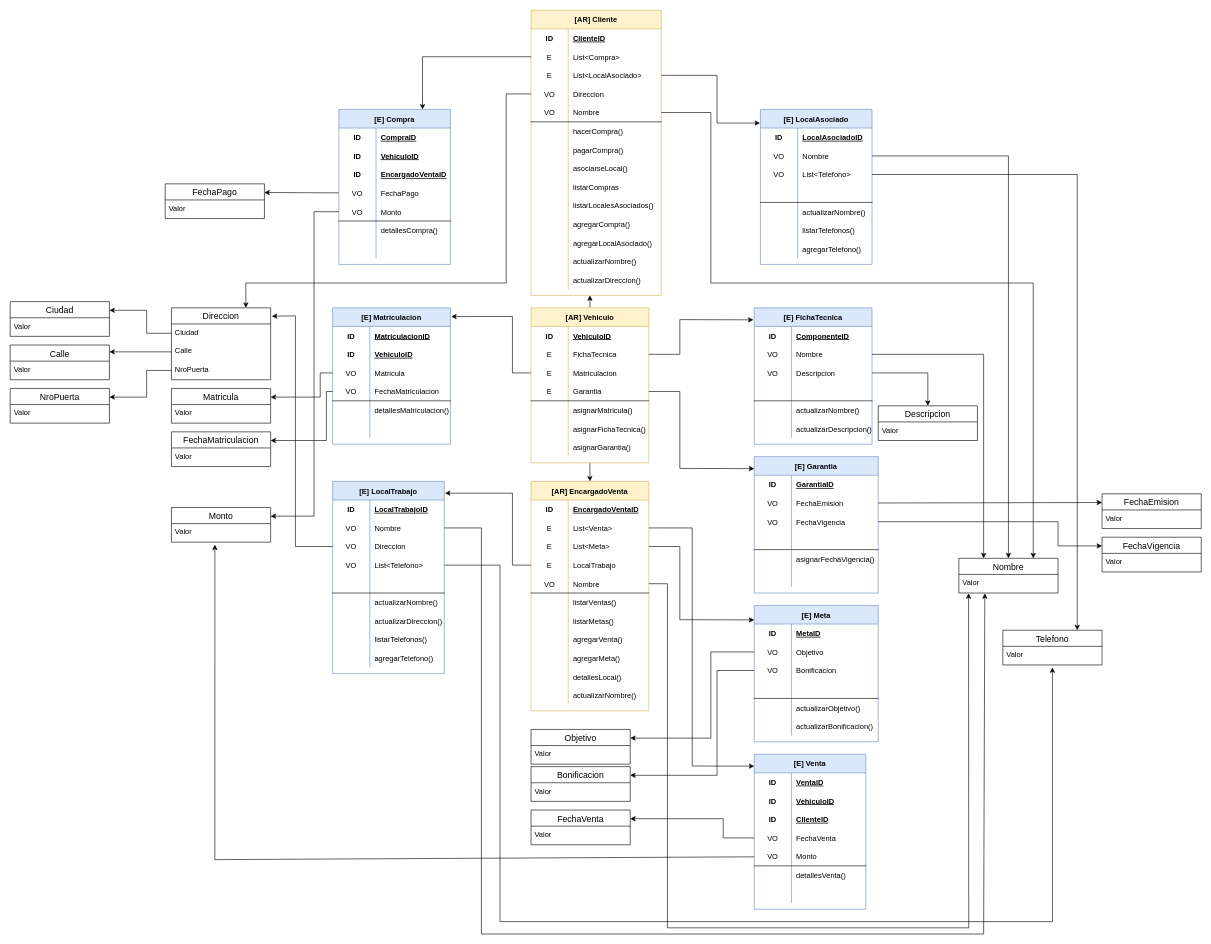
Above: page "Modelo de dominio" (2 of 3) of Reto Final DDD.drawio in HenryFerreira/Reto-Final-DDD (draw.io), before the change. Source tidied: cells renumbered, new cells numbered last; positions are measured from the earlier drawing's top-left corner, leaving out a move shared by most shapes. Both pictures are drawn from the tidied source at 62%, with x=0, y=0 at pixel (10, 10).
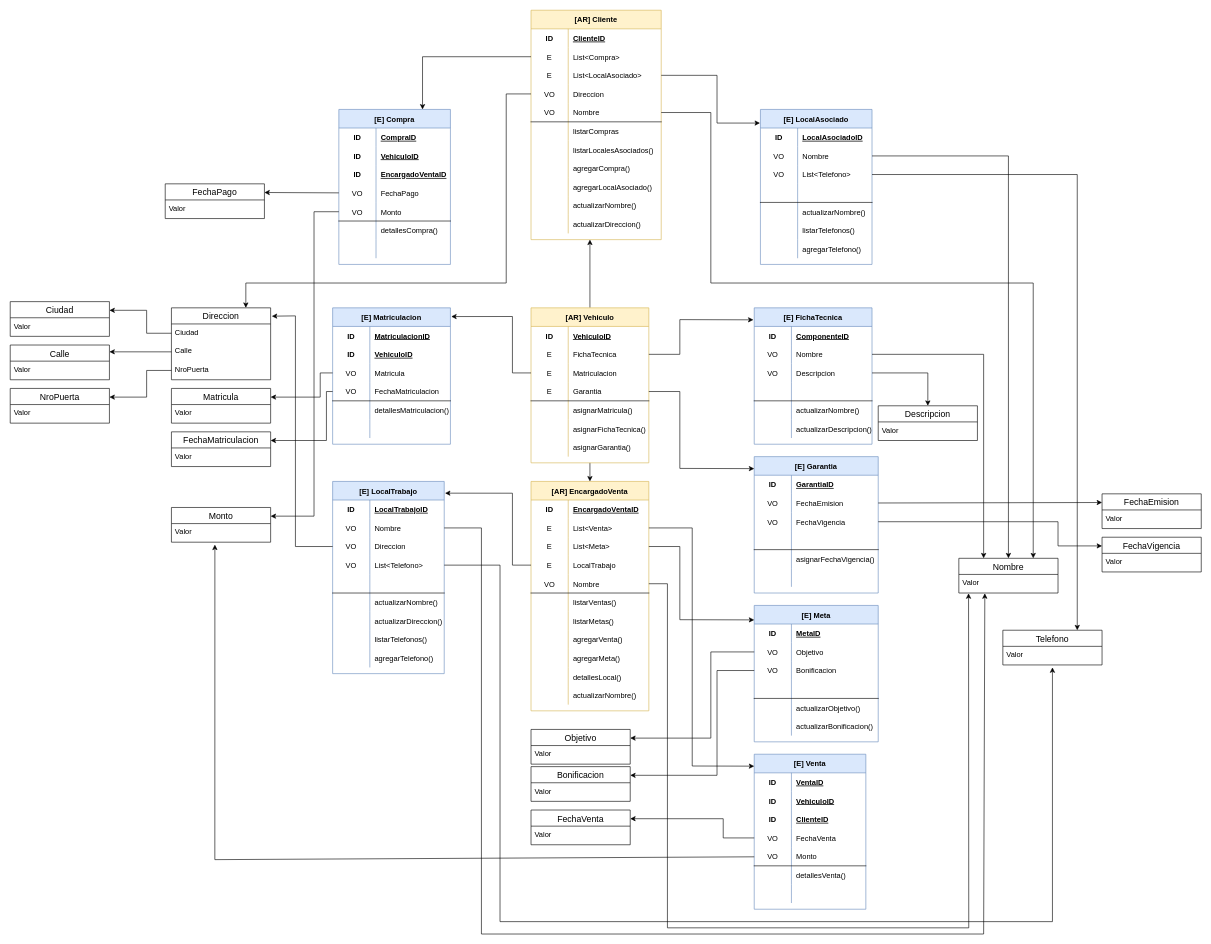
The same diagram, later.

Commit message (it also covers changes not shown here):
Se implementaron los metodos del [AR] Cliente y se modifico el Modelo de dominio

Unchanged cells that the change refers to:
```xml
<mxCell id="47" value="[AR] Vehiculo" style="shape=table;startSize=30;childLayout=tableLayout;rowLines=0;fontStyle=1;align=center;fillColor=#fff2cc;strokeColor=#d6b656;" parent="1" vertex="1">
  <mxGeometry x="840" y="480" width="190" height="250" as="geometry" />
</mxCell>
```

What changed in the source:
```diff
@@
     <mxCell id="2" value="[AR] Cliente" style="shape=table;startSize=30;childLayout=tableLayout;rowLines=0;fontStyle=1;align=center;fillColor=#fff2cc;strokeColor=#d6b656;" parent="1" vertex="1">
-      <mxGeometry x="840" width="210" height="460" as="geometry" />
+      <mxGeometry x="840" width="210" height="370" as="geometry" />
     </mxCell>
@@
-    <mxCell id="18" style="shape=tableRow;horizontal=0;startSize=0;swimlaneHead=0;swimlaneBody=0;fillColor=none;top=0;left=0;right=0;bottom=0;" parent="2" vertex="1">
-      <mxGeometry y="180" width="210" height="30" as="geometry" />
-    </mxCell>
-    <mxCell id="19" style="shape=partialRectangle;fillColor=none;top=0;left=0;bottom=0;right=0;overflow=hidden;" parent="18" vertex="1">
-      <mxGeometry width="60" height="30" as="geometry" />
-    </mxCell>
-    <mxCell id="20" value="hacerCompra()" style="shape=partialRectangle;fillColor=none;top=0;left=0;bottom=0;right=0;align=left;spacingLeft=6;overflow=hidden;" parent="18" vertex="1">
-      <mxGeometry x="60" width="150" height="30" as="geometry" />
-    </mxCell>
-    <mxCell id="21" style="shape=tableRow;horizontal=0;startSize=0;swimlaneHead=0;swimlaneBody=0;fillColor=none;top=0;left=0;right=0;bottom=0;" parent="2" vertex="1">
-      <mxGeometry y="210" width="210" height="30" as="geometry" />
-    </mxCell>
-    <mxCell id="22" style="shape=partialRectangle;fillColor=none;top=0;left=0;bottom=0;right=0;overflow=hidden;" parent="21" vertex="1">
-      <mxGeometry width="60" height="30" as="geometry" />
-    </mxCell>
-    <mxCell id="23" value="pagarCompra()" style="shape=partialRectangle;fillColor=none;top=0;left=0;bottom=0;right=0;align=left;spacingLeft=6;overflow=hidden;" parent="21" vertex="1">
-      <mxGeometry x="60" width="150" height="30" as="geometry" />
-    </mxCell>
-    <mxCell id="24" style="shape=tableRow;horizontal=0;startSize=0;swimlaneHead=0;swimlaneBody=0;fillColor=none;top=0;left=0;right=0;bottom=0;strokeColor=default;" parent="2" vertex="1">
-      <mxGeometry y="240" width="210" height="30" as="geometry" />
-    </mxCell>
-    <mxCell id="25" style="shape=partialRectangle;fillColor=none;top=0;left=0;bottom=0;right=0;overflow=hidden;strokeColor=default;" parent="24" vertex="1">
-      <mxGeometry width="60" height="30" as="geometry" />
-    </mxCell>
-    <mxCell id="26" value="asociarseLocal()" style="shape=partialRectangle;fillColor=none;top=0;left=0;bottom=0;right=0;align=left;spacingLeft=6;overflow=hidden;strokeColor=default;" parent="24" vertex="1">
-      <mxGeometry x="60" width="150" height="30" as="geometry" />
-    </mxCell>
     <mxCell id="27" style="shape=tableRow;horizontal=0;startSize=0;swimlaneHead=0;swimlaneBody=0;fillColor=none;top=0;left=0;right=0;bottom=0;strokeColor=default;" parent="2" vertex="1">
-      <mxGeometry y="270" width="210" height="30" as="geometry" />
+      <mxGeometry y="180" width="210" height="30" as="geometry" />
     </mxCell>
@@
     <mxCell id="30" style="shape=tableRow;horizontal=0;startSize=0;swimlaneHead=0;swimlaneBody=0;fillColor=none;top=0;left=0;right=0;bottom=0;strokeColor=default;" parent="2" vertex="1">
-      <mxGeometry y="300" width="210" height="30" as="geometry" />
+      <mxGeometry y="210" width="210" height="30" as="geometry" />
     </mxCell>
@@
     <mxCell id="33" style="shape=tableRow;horizontal=0;startSize=0;swimlaneHead=0;swimlaneBody=0;fillColor=none;top=0;left=0;right=0;bottom=0;strokeColor=default;" parent="2" vertex="1">
-      <mxGeometry y="330" width="210" height="30" as="geometry" />
+      <mxGeometry y="240" width="210" height="30" as="geometry" />
     </mxCell>
@@
     <mxCell id="36" style="shape=tableRow;horizontal=0;startSize=0;swimlaneHead=0;swimlaneBody=0;fillColor=none;top=0;left=0;right=0;bottom=0;strokeColor=default;" parent="2" vertex="1">
-      <mxGeometry y="360" width="210" height="30" as="geometry" />
+      <mxGeometry y="270" width="210" height="30" as="geometry" />
     </mxCell>
@@
     <mxCell id="39" style="shape=tableRow;horizontal=0;startSize=0;swimlaneHead=0;swimlaneBody=0;fillColor=none;top=0;left=0;right=0;bottom=0;strokeColor=default;" parent="2" vertex="1">
-      <mxGeometry y="390" width="210" height="30" as="geometry" />
+      <mxGeometry y="300" width="210" height="30" as="geometry" />
     </mxCell>
@@
     <mxCell id="42" style="shape=tableRow;horizontal=0;startSize=0;swimlaneHead=0;swimlaneBody=0;fillColor=none;top=0;left=0;right=0;bottom=0;strokeColor=default;" parent="2" vertex="1">
-      <mxGeometry y="420" width="210" height="30" as="geometry" />
+      <mxGeometry y="330" width="210" height="30" as="geometry" />
     </mxCell>
@@
     <mxCell id="45" style="edgeStyle=none;rounded=0;jettySize=auto;html=1;" parent="1" edge="1" source="47">
       <mxGeometry relative="1" as="geometry">
-        <mxPoint x="935" y="460" as="targetPoint" />
+        <mxPoint x="935" y="370" as="targetPoint" />
       </mxGeometry>
     </mxCell>
```
